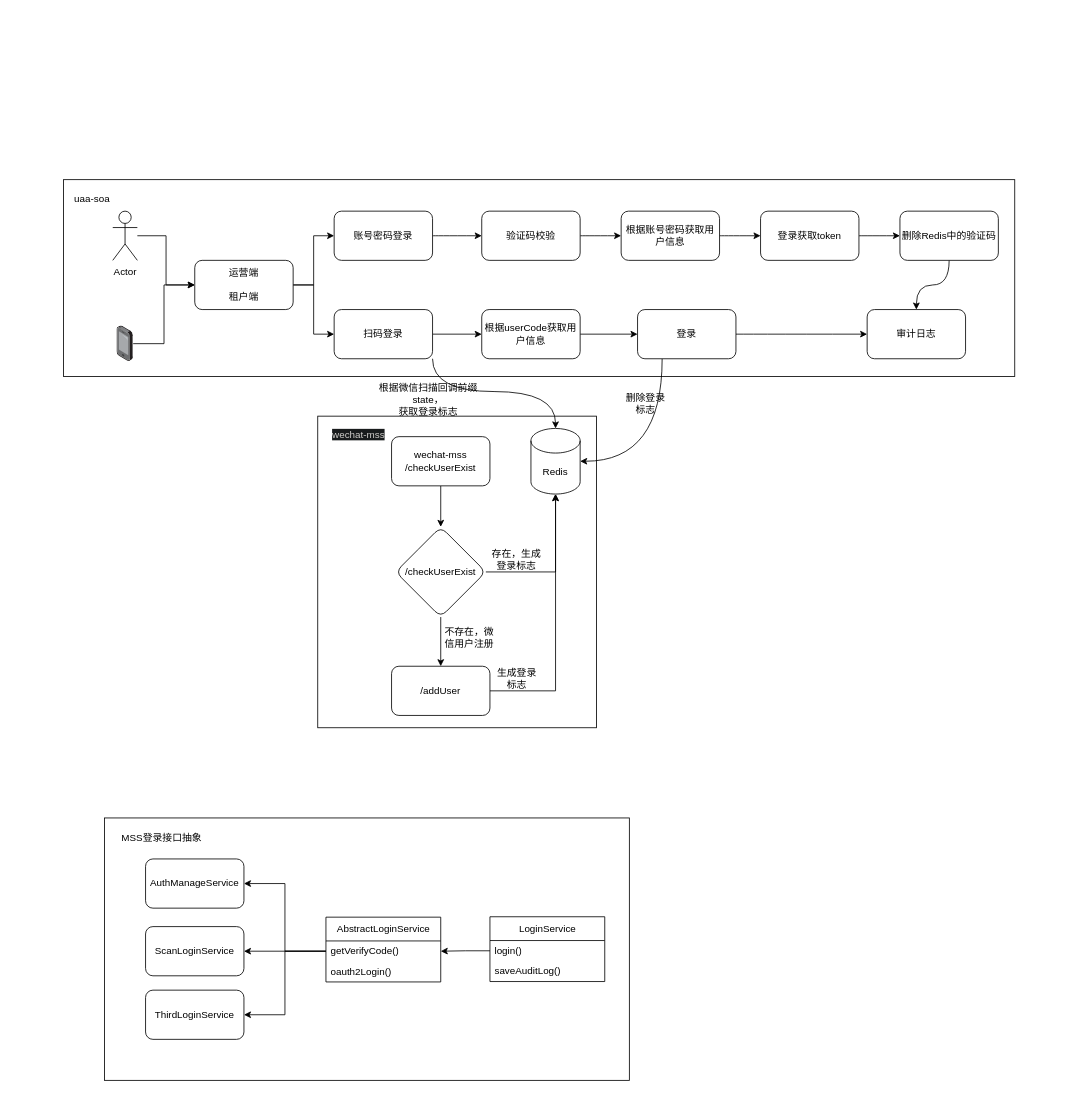
zhansc/worksheet keeps this draw.io diagram as ah-security/src/main/java/com/zhansc/ahsecurity/mss/mss登录认证.drawio. Above is the earlier version. Source tidied: cells renumbered, new cells numbered last; positions are measured from the earlier drawing's top-left corner, leaving out a move shared by most shapes. Both pictures are drawn from the tidied source at 82%, with x=0, y=0 at pixel (63, 180).
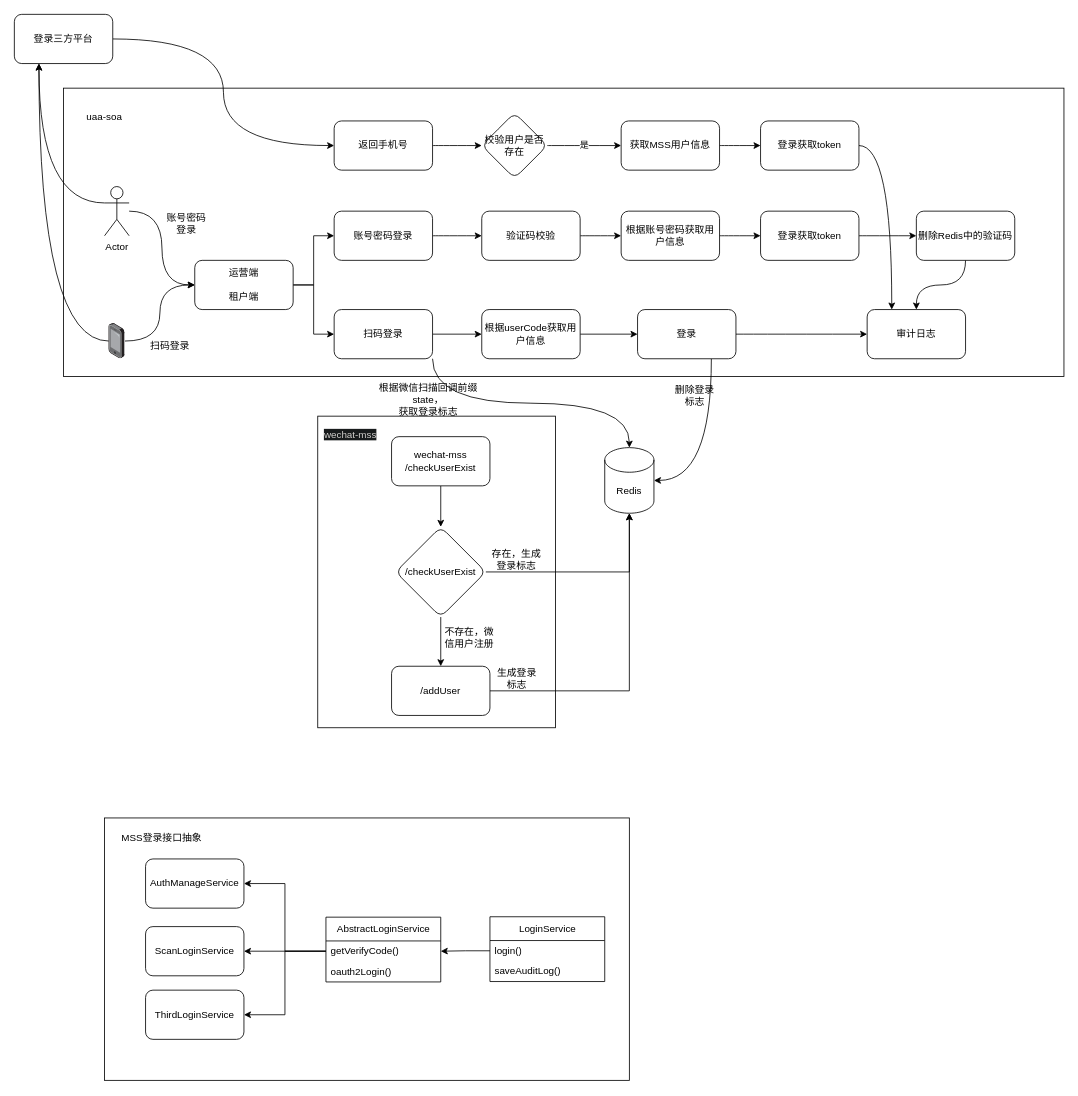
Above is the later version.

Commit message:
更新mss登录认证.drawio

Unchanged cells that the change refers to:
```xml
<mxCell id="25" style="rounded=1;whiteSpace=wrap;html=1;" parent="1" vertex="1">
  <mxGeometry x="160" y="98" width="120" height="60" as="geometry" />
</mxCell>
<mxCell id="32" value="扫码登录" style="rounded=1;whiteSpace=wrap;html=1;" parent="1" vertex="1">
  <mxGeometry x="330" y="158" width="120" height="60" as="geometry" />
</mxCell>
<mxCell id="50" value="登录" style="rounded=1;whiteSpace=wrap;html=1;" parent="1" vertex="1">
  <mxGeometry x="700" y="158" width="120" height="60" as="geometry" />
</mxCell>
<mxCell id="52" value="审计日志" style="rounded=1;whiteSpace=wrap;html=1;" parent="1" vertex="1">
  <mxGeometry x="980" y="158" width="120" height="60" as="geometry" />
</mxCell>
```

Diff of the diagram source:
```diff
@@
     <mxCell id="2" style="rounded=0;whiteSpace=wrap;html=1;" parent="1" vertex="1">
-      <mxGeometry y="-0.4" width="1160" height="240" as="geometry" />
+      <mxGeometry y="-112" width="1220" height="351.6" as="geometry" />
     </mxCell>
     <mxCell id="3" style="rounded=0;whiteSpace=wrap;html=1;" parent="1" vertex="1">
-      <mxGeometry x="310" y="288" width="340" height="380" as="geometry" />
+      <mxGeometry x="310" y="288" width="290" height="380" as="geometry" />
     </mxCell>
@@
-    <mxCell id="5" style="edgeStyle=orthogonalEdgeStyle;rounded=0;jettySize=auto;html=1;entryX=0;entryY=0.5;entryDx=0;entryDy=0;" parent="1" edge="1" source="6" target="25">
+    <mxCell id="5" style="edgeStyle=orthogonalEdgeStyle;rounded=0;jettySize=auto;html=1;entryX=0;entryY=0.5;entryDx=0;entryDy=0;curved=1;" parent="1" edge="1" source="6" target="25">
       <mxGeometry relative="1" as="geometry" />
     </mxCell>
+    <mxCell id="62" style="edgeStyle=orthogonalEdgeStyle;curved=1;rounded=0;jettySize=auto;html=1;entryX=0.25;entryY=1;entryDx=0;entryDy=0;exitX=0;exitY=0.3333333333333333;exitDx=0;exitDy=0;exitPerimeter=0;" parent="1" edge="1" source="6" target="65">
+      <mxGeometry relative="1" as="geometry" />
+    </mxCell>
     <mxCell id="6" value="Actor" style="shape=umlActor;verticalLabelPosition=bottom;verticalAlign=top;html=1;outlineConnect=0;" parent="1" vertex="1">
-      <mxGeometry x="60" y="38" width="30" height="60" as="geometry" />
+      <mxGeometry x="50" y="8" width="30" height="60" as="geometry" />
     </mxCell>
-    <mxCell id="7" style="edgeStyle=orthogonalEdgeStyle;rounded=0;jettySize=auto;html=1;entryX=0;entryY=0.5;entryDx=0;entryDy=0;" parent="1" edge="1" source="8" target="25">
+    <mxCell id="7" style="edgeStyle=orthogonalEdgeStyle;rounded=0;jettySize=auto;html=1;entryX=0;entryY=0.5;entryDx=0;entryDy=0;curved=1;" parent="1" edge="1" source="8" target="25">
       <mxGeometry relative="1" as="geometry" />
     </mxCell>
+    <mxCell id="63" style="edgeStyle=orthogonalEdgeStyle;curved=1;rounded=0;jettySize=auto;html=1;entryX=0.25;entryY=1;entryDx=0;entryDy=0;" parent="1" edge="1" source="8" target="65">
+      <mxGeometry relative="1" as="geometry">
+        <Array as="points">
+          <mxPoint x="-30" y="196" />
+        </Array>
+      </mxGeometry>
+    </mxCell>
     <mxCell id="8" style="points=[];html=1;align=center;shadow=0;dashed=0;image;image=img/lib/allied_telesis/computer_and_terminals/Smartphone.svg;" parent="1" vertex="1">
-      <mxGeometry x="65.1" y="178" width="19.8" height="43.2" as="geometry" />
+      <mxGeometry x="55.1" y="174.8" width="19.8" height="43.2" as="geometry" />
     </mxCell>
@@
-    <mxCell id="31" style="edgeStyle=orthogonalEdgeStyle;rounded=0;jettySize=auto;html=1;curved=1;exitX=1;exitY=1;exitDx=0;exitDy=0;" parent="1" edge="1" source="32" target="40">
-      <mxGeometry relative="1" as="geometry">
-        <Array as="points">
-          <mxPoint x="450" y="258" />
-          <mxPoint x="600" y="258" />
-        </Array>
-      </mxGeometry>
+    <mxCell id="31" style="edgeStyle=orthogonalEdgeStyle;rounded=0;jettySize=auto;html=1;exitX=1;exitY=1;exitDx=0;exitDy=0;curved=1;" parent="1" edge="1" source="32" target="40">
+      <mxGeometry relative="1" as="geometry" />
     </mxCell>
@@
     <mxCell id="40" value="Redis" style="shape=cylinder3;whiteSpace=wrap;html=1;boundedLbl=1;backgroundOutline=1;size=15;" parent="1" vertex="1">
-      <mxGeometry x="570" y="303" width="60" height="80" as="geometry" />
+      <mxGeometry x="660" y="326.4" width="60" height="80" as="geometry" />
     </mxCell>
@@
     <mxCell id="44" value="&lt;span style=&quot;color: rgb(209, 207, 204); font-family: Helvetica; font-size: 12px; font-style: normal; font-variant-ligatures: normal; font-variant-caps: normal; font-weight: 400; letter-spacing: normal; orphans: 2; text-align: center; text-indent: 0px; text-transform: none; widows: 2; word-spacing: 0px; -webkit-text-stroke-width: 0px; background-color: rgb(24, 27, 28); text-decoration-thickness: initial; text-decoration-style: initial; text-decoration-color: initial; float: none; display: inline !important; --darkreader-inline-color:#b5b1ab; --darkreader-inline-bgcolor:#121314;&quot;&gt;wechat-mss&lt;/span&gt;" style="text;html=1;strokeColor=none;fillColor=none;align=center;verticalAlign=middle;whiteSpace=wrap;rounded=0;" parent="1" vertex="1">
-      <mxGeometry x="320" y="296.4" width="80" height="30" as="geometry" />
+      <mxGeometry x="310" y="296.4" width="80" height="30" as="geometry" />
     </mxCell>
@@
-    <mxCell id="48" style="edgeStyle=orthogonalEdgeStyle;curved=1;rounded=0;jettySize=auto;html=1;entryX=1;entryY=0.5;entryDx=0;entryDy=0;entryPerimeter=0;exitX=0.25;exitY=1;exitDx=0;exitDy=0;" parent="1" edge="1" source="50" target="40">
+    <mxCell id="48" style="edgeStyle=orthogonalEdgeStyle;curved=1;rounded=0;jettySize=auto;html=1;entryX=1;entryY=0.5;entryDx=0;entryDy=0;entryPerimeter=0;exitX=0.75;exitY=1;exitDx=0;exitDy=0;" parent="1" edge="1" source="50" target="40">
       <mxGeometry relative="1" as="geometry" />
     </mxCell>
@@
     <mxCell id="51" value="删除登录标志" style="text;html=1;strokeColor=none;fillColor=none;align=center;verticalAlign=middle;whiteSpace=wrap;rounded=0;" parent="1" vertex="1">
-      <mxGeometry x="680" y="258" width="60" height="30" as="geometry" />
+      <mxGeometry x="740" y="248" width="60" height="30" as="geometry" />
     </mxCell>
@@
     <mxCell id="60" value="删除Redis中的验证码" style="rounded=1;whiteSpace=wrap;html=1;" parent="1" vertex="1">
-      <mxGeometry x="1020" y="38" width="120" height="60" as="geometry" />
+      <mxGeometry x="1040" y="38" width="120" height="60" as="geometry" />
     </mxCell>
     <mxCell id="61" value="uaa-soa" style="text;html=1;strokeColor=none;fillColor=none;align=center;verticalAlign=middle;whiteSpace=wrap;rounded=0;" parent="1" vertex="1">
-      <mxGeometry x="5" y="8" width="60" height="30" as="geometry" />
+      <mxGeometry x="20" y="-92" width="60" height="30" as="geometry" />
     </mxCell>
+    <mxCell id="64" style="edgeStyle=orthogonalEdgeStyle;curved=1;rounded=0;jettySize=auto;html=1;entryX=0;entryY=0.5;entryDx=0;entryDy=0;" parent="1" edge="1" source="65" target="67">
+      <mxGeometry relative="1" as="geometry" />
+    </mxCell>
+    <mxCell id="65" value="登录三方平台" style="rounded=1;whiteSpace=wrap;html=1;" parent="1" vertex="1">
+      <mxGeometry x="-60" y="-202" width="120" height="60" as="geometry" />
+    </mxCell>
+    <mxCell id="66" style="edgeStyle=orthogonalEdgeStyle;curved=1;rounded=0;jettySize=auto;html=1;" parent="1" edge="1" source="67" target="69">
+      <mxGeometry relative="1" as="geometry" />
+    </mxCell>
+    <mxCell id="67" value="返回手机号" style="rounded=1;whiteSpace=wrap;html=1;" parent="1" vertex="1">
+      <mxGeometry x="330" y="-72" width="120" height="60" as="geometry" />
+    </mxCell>
+    <mxCell id="68" value="是" style="edgeStyle=orthogonalEdgeStyle;curved=1;rounded=0;jettySize=auto;html=1;" parent="1" edge="1" source="69" target="71">
+      <mxGeometry relative="1" as="geometry" />
+    </mxCell>
+    <mxCell id="69" value="校验用户是否存在" style="rhombus;whiteSpace=wrap;html=1;rounded=1;" parent="1" vertex="1">
+      <mxGeometry x="510" y="-82" width="80" height="80" as="geometry" />
+    </mxCell>
+    <mxCell id="70" style="edgeStyle=orthogonalEdgeStyle;curved=1;rounded=0;jettySize=auto;html=1;" parent="1" edge="1" source="71" target="73">
+      <mxGeometry relative="1" as="geometry" />
+    </mxCell>
+    <mxCell id="71" value="获取MSS用户信息" style="whiteSpace=wrap;html=1;rounded=1;" parent="1" vertex="1">
+      <mxGeometry x="680" y="-72" width="120" height="60" as="geometry" />
+    </mxCell>
+    <mxCell id="72" style="edgeStyle=orthogonalEdgeStyle;curved=1;rounded=0;jettySize=auto;html=1;entryX=0.25;entryY=0;entryDx=0;entryDy=0;" parent="1" edge="1" source="73" target="52">
+      <mxGeometry relative="1" as="geometry" />
+    </mxCell>
+    <mxCell id="73" value="登录获取token" style="whiteSpace=wrap;html=1;rounded=1;" parent="1" vertex="1">
+      <mxGeometry x="850" y="-72" width="120" height="60" as="geometry" />
+    </mxCell>
+    <mxCell id="74" value="账号密码登录" style="text;html=1;strokeColor=none;fillColor=none;align=center;verticalAlign=middle;whiteSpace=wrap;rounded=0;" parent="1" vertex="1">
+      <mxGeometry x="120" y="38" width="60" height="30" as="geometry" />
+    </mxCell>
+    <mxCell id="75" value="扫码登录" style="text;html=1;strokeColor=none;fillColor=none;align=center;verticalAlign=middle;whiteSpace=wrap;rounded=0;" parent="1" vertex="1">
+      <mxGeometry x="100" y="188" width="60" height="30" as="geometry" />
+    </mxCell>
```
